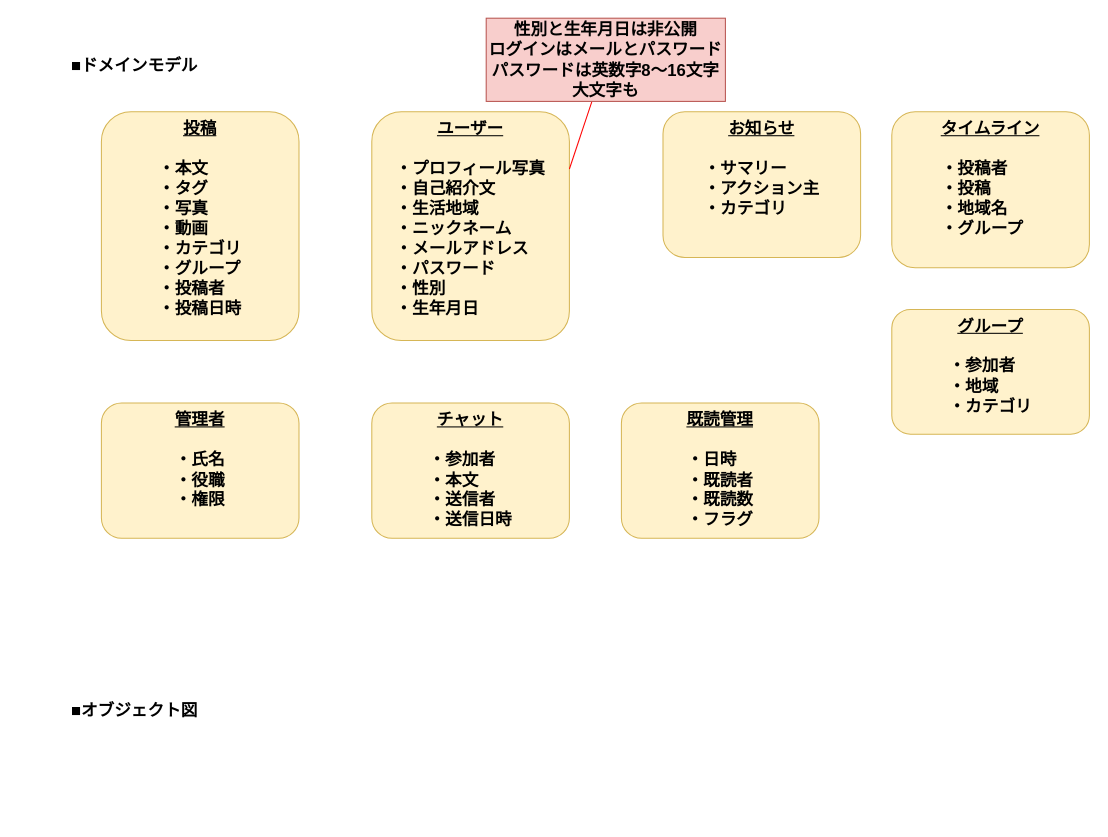
Earlier version of the draw.io diagram page "ドメインモデル" (3 of 4) of modeling.drawio (haseryo0403/VenTal). Source tidied: cells renumbered, new cells numbered last; positions are measured from the earlier drawing's top-left corner, leaving out a move shared by most shapes. Both pictures are drawn from the tidied source at 104%, with x=0, y=0 at pixel (18, 18).
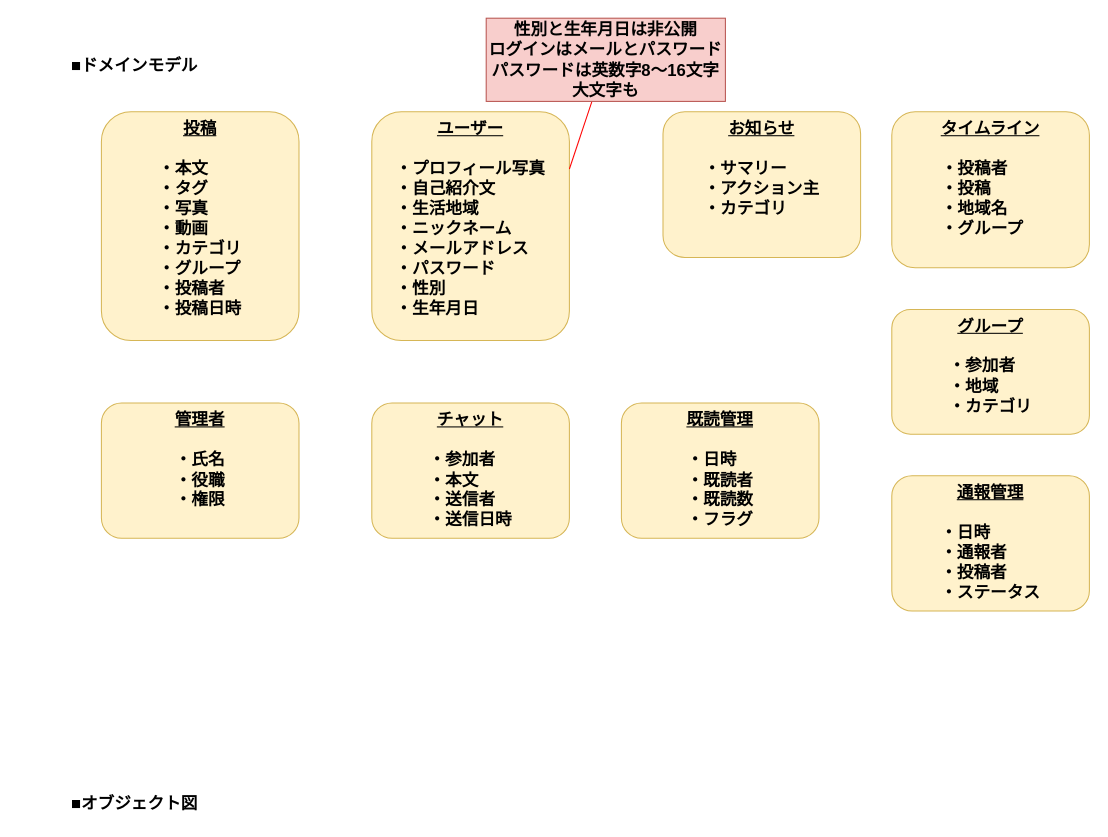
The same diagram, later.

Change to the diagram source:
```diff
@@
 <mxGraphModel>
   <root>
     <mxCell id="0" />
     <mxCell id="1" parent="0" />
     <mxCell id="2" value="■ドメインモデル" style="text;html=1;align=center;verticalAlign=middle;whiteSpace=wrap;rounded=0;fontFamily=Helvetica;fontSize=16;fontColor=default;fontStyle=1;" parent="1" vertex="1">
       <mxGeometry y="30" width="223.8" height="30" as="geometry" />
     </mxCell>
     <mxCell id="3" value="■オブジェクト図" style="text;html=1;align=center;verticalAlign=middle;whiteSpace=wrap;rounded=0;fontFamily=Helvetica;fontSize=16;fontColor=default;fontStyle=1;" parent="1" vertex="1">
-      <mxGeometry y="650" width="223.8" height="30" as="geometry" />
+      <mxGeometry y="740" width="223.8" height="30" as="geometry" />
     </mxCell>
     <mxCell id="4" value="&lt;u&gt;投稿&lt;/u&gt;&lt;div&gt;&lt;u&gt;&lt;br&gt;&lt;/u&gt;&lt;/div&gt;&lt;div style=&quot;text-align: left;&quot;&gt;・本文&lt;/div&gt;&lt;div style=&quot;text-align: left;&quot;&gt;・タグ&lt;/div&gt;&lt;div style=&quot;text-align: left;&quot;&gt;・写真&lt;/div&gt;&lt;div style=&quot;text-align: left;&quot;&gt;・動画&lt;/div&gt;&lt;div style=&quot;text-align: left;&quot;&gt;・カテゴリ&lt;/div&gt;&lt;div style=&quot;text-align: left;&quot;&gt;・グループ&lt;/div&gt;&lt;div style=&quot;text-align: left;&quot;&gt;・投稿者&lt;/div&gt;&lt;div style=&quot;text-align: left;&quot;&gt;・投稿日時&lt;/div&gt;&lt;div style=&quot;text-align: left;&quot;&gt;&lt;br&gt;&lt;/div&gt;" style="rounded=1;whiteSpace=wrap;html=1;fontFamily=Helvetica;fontSize=16;fontStyle=1;labelBackgroundColor=none;fillColor=#fff2cc;strokeColor=#d6b656;horizontal=1;verticalAlign=top;align=center;" parent="1" vertex="1">
       <mxGeometry x="80" y="90" width="190" height="220" as="geometry" />
     </mxCell>
     <mxCell id="5" value="&lt;u&gt;ユーザー&lt;/u&gt;&lt;br&gt;&lt;div&gt;&lt;u&gt;&lt;br&gt;&lt;/u&gt;&lt;/div&gt;&lt;div style=&quot;text-align: left;&quot;&gt;・プロフィール写真&lt;/div&gt;&lt;div style=&quot;text-align: left;&quot;&gt;・自己紹介文&lt;/div&gt;&lt;div style=&quot;text-align: left;&quot;&gt;・生活地域&lt;/div&gt;&lt;div style=&quot;text-align: left;&quot;&gt;・ニックネーム&lt;/div&gt;&lt;div style=&quot;text-align: left;&quot;&gt;・メールアドレス&lt;/div&gt;&lt;div style=&quot;text-align: left;&quot;&gt;・パスワード&lt;/div&gt;&lt;div style=&quot;text-align: left;&quot;&gt;・性別&lt;/div&gt;&lt;div style=&quot;text-align: left;&quot;&gt;・生年月日&lt;/div&gt;" style="rounded=1;whiteSpace=wrap;html=1;fontFamily=Helvetica;fontSize=16;fontStyle=1;labelBackgroundColor=none;fillColor=#fff2cc;strokeColor=#d6b656;horizontal=1;verticalAlign=top;align=center;" parent="1" vertex="1">
       <mxGeometry x="340" y="90" width="190" height="220" as="geometry" />
     </mxCell>
     <mxCell id="6" style="shape=connector;rounded=0;jettySize=auto;html=1;entryX=1;entryY=0.25;entryDx=0;entryDy=0;strokeColor=#FF0000;align=center;verticalAlign=middle;fontFamily=Helvetica;fontSize=12;fontColor=default;fontStyle=1;labelBackgroundColor=none;endArrow=none;endFill=0;" parent="1" edge="1" source="7" target="5">
       <mxGeometry relative="1" as="geometry" />
     </mxCell>
     <mxCell id="7" value="性別と生年月日は非公開&lt;div&gt;ログインはメールとパスワード&lt;/div&gt;&lt;div&gt;パスワードは英数字8〜16文字大文字も&lt;/div&gt;" style="rounded=0;whiteSpace=wrap;html=1;fontFamily=Helvetica;fontSize=16;fontStyle=1;labelBackgroundColor=none;fillColor=#f8cecc;strokeColor=#b85450;" parent="1" vertex="1">
       <mxGeometry x="450" width="230" height="80" as="geometry" />
     </mxCell>
     <mxCell id="8" value="&lt;u&gt;チャット&lt;/u&gt;&lt;br&gt;&lt;div&gt;&lt;u&gt;&lt;br&gt;&lt;/u&gt;&lt;/div&gt;&lt;div style=&quot;text-align: left;&quot;&gt;・参加者&lt;/div&gt;&lt;div style=&quot;text-align: left;&quot;&gt;・本文&lt;/div&gt;&lt;div style=&quot;text-align: left;&quot;&gt;・送信者&lt;/div&gt;&lt;div style=&quot;text-align: left;&quot;&gt;・送信日時&lt;/div&gt;&lt;div style=&quot;text-align: left;&quot;&gt;&lt;br&gt;&lt;/div&gt;" style="rounded=1;whiteSpace=wrap;html=1;fontFamily=Helvetica;fontSize=16;fontStyle=1;labelBackgroundColor=none;fillColor=#fff2cc;strokeColor=#d6b656;horizontal=1;verticalAlign=top;align=center;" parent="1" vertex="1">
       <mxGeometry x="340" y="370" width="190" height="130" as="geometry" />
     </mxCell>
     <mxCell id="9" value="&lt;u&gt;既読管理&lt;/u&gt;&lt;br&gt;&lt;div&gt;&lt;u&gt;&lt;br&gt;&lt;/u&gt;&lt;/div&gt;&lt;div style=&quot;text-align: left;&quot;&gt;・日時&lt;/div&gt;&lt;div style=&quot;text-align: left;&quot;&gt;・既読者&lt;/div&gt;&lt;div style=&quot;text-align: left;&quot;&gt;・既読数&lt;/div&gt;&lt;div style=&quot;text-align: left;&quot;&gt;・フラグ&lt;/div&gt;&lt;div style=&quot;text-align: left;&quot;&gt;&lt;br&gt;&lt;/div&gt;" style="rounded=1;whiteSpace=wrap;html=1;fontFamily=Helvetica;fontSize=16;fontStyle=1;labelBackgroundColor=none;fillColor=#fff2cc;strokeColor=#d6b656;horizontal=1;verticalAlign=top;align=center;" parent="1" vertex="1">
       <mxGeometry x="580" y="370" width="190" height="130" as="geometry" />
     </mxCell>
     <mxCell id="10" value="&lt;u&gt;お知らせ&lt;/u&gt;&lt;div&gt;&lt;br&gt;&lt;/div&gt;&lt;div style=&quot;text-align: left;&quot;&gt;・サマリー&lt;/div&gt;&lt;div style=&quot;text-align: left;&quot;&gt;・アクション主&lt;/div&gt;&lt;div style=&quot;text-align: left;&quot;&gt;・カテゴリ&lt;/div&gt;&lt;div style=&quot;text-align: left;&quot;&gt;&lt;br&gt;&lt;/div&gt;&lt;div style=&quot;text-align: left;&quot;&gt;&lt;br&gt;&lt;/div&gt;" style="rounded=1;whiteSpace=wrap;html=1;fontFamily=Helvetica;fontSize=16;fontStyle=1;labelBackgroundColor=none;fillColor=#fff2cc;strokeColor=#d6b656;horizontal=1;verticalAlign=top;align=center;" parent="1" vertex="1">
       <mxGeometry x="620" y="90" width="190" height="140" as="geometry" />
     </mxCell>
     <mxCell id="11" value="&lt;u&gt;管理者&lt;/u&gt;&lt;br&gt;&lt;div&gt;&lt;u&gt;&lt;br&gt;&lt;/u&gt;&lt;/div&gt;&lt;div style=&quot;text-align: left;&quot;&gt;・氏名&lt;br&gt;&lt;/div&gt;&lt;div style=&quot;text-align: left;&quot;&gt;・役職&lt;/div&gt;&lt;div style=&quot;text-align: left;&quot;&gt;・権限&lt;/div&gt;" style="rounded=1;whiteSpace=wrap;html=1;fontFamily=Helvetica;fontSize=16;fontStyle=1;labelBackgroundColor=none;fillColor=#fff2cc;strokeColor=#d6b656;horizontal=1;verticalAlign=top;align=center;" parent="1" vertex="1">
       <mxGeometry x="80" y="370" width="190" height="130" as="geometry" />
     </mxCell>
     <mxCell id="12" value="&lt;u&gt;タイムライン&lt;/u&gt;&lt;div&gt;&lt;div&gt;&lt;u&gt;&lt;br&gt;&lt;/u&gt;&lt;/div&gt;&lt;div style=&quot;text-align: left;&quot;&gt;・投稿者&lt;/div&gt;&lt;div style=&quot;text-align: left;&quot;&gt;・投稿&lt;/div&gt;&lt;div style=&quot;text-align: left;&quot;&gt;・地域名&lt;/div&gt;&lt;div style=&quot;text-align: left;&quot;&gt;・グループ&lt;/div&gt;&lt;div style=&quot;text-align: left;&quot;&gt;&lt;br&gt;&lt;/div&gt;&lt;/div&gt;" style="rounded=1;whiteSpace=wrap;html=1;fontFamily=Helvetica;fontSize=16;fontStyle=1;labelBackgroundColor=none;fillColor=#fff2cc;strokeColor=#d6b656;horizontal=1;verticalAlign=top;align=center;" parent="1" vertex="1">
       <mxGeometry x="840" y="90" width="190" height="150" as="geometry" />
     </mxCell>
     <mxCell id="13" value="&lt;u&gt;グループ&lt;/u&gt;&lt;br&gt;&lt;div&gt;&lt;div&gt;&lt;u&gt;&lt;br&gt;&lt;/u&gt;&lt;/div&gt;&lt;div style=&quot;text-align: left;&quot;&gt;・参加者&lt;/div&gt;&lt;div style=&quot;text-align: left;&quot;&gt;・地域&lt;/div&gt;&lt;div style=&quot;text-align: left;&quot;&gt;・カテゴリ&lt;/div&gt;&lt;/div&gt;" style="rounded=1;whiteSpace=wrap;html=1;fontFamily=Helvetica;fontSize=16;fontStyle=1;labelBackgroundColor=none;fillColor=#fff2cc;strokeColor=#d6b656;horizontal=1;verticalAlign=top;align=center;" parent="1" vertex="1">
       <mxGeometry x="840" y="280" width="190" height="120" as="geometry" />
     </mxCell>
+    <mxCell id="14" value="&lt;u&gt;通報管理&lt;/u&gt;&lt;br&gt;&lt;div&gt;&lt;u&gt;&lt;br&gt;&lt;/u&gt;&lt;/div&gt;&lt;div style=&quot;text-align: left;&quot;&gt;・日時&lt;/div&gt;&lt;div style=&quot;text-align: left;&quot;&gt;・通報者&lt;/div&gt;&lt;div style=&quot;text-align: left;&quot;&gt;・投稿者&lt;/div&gt;&lt;div style=&quot;text-align: left;&quot;&gt;・ステータス&lt;/div&gt;&lt;div style=&quot;text-align: left;&quot;&gt;&lt;br&gt;&lt;/div&gt;" style="rounded=1;whiteSpace=wrap;html=1;fontFamily=Helvetica;fontSize=16;fontStyle=1;labelBackgroundColor=none;fillColor=#fff2cc;strokeColor=#d6b656;horizontal=1;verticalAlign=top;align=center;" parent="1" vertex="1">
+      <mxGeometry x="840" y="440" width="190" height="130" as="geometry" />
+    </mxCell>
   </root>
 </mxGraphModel>
```
